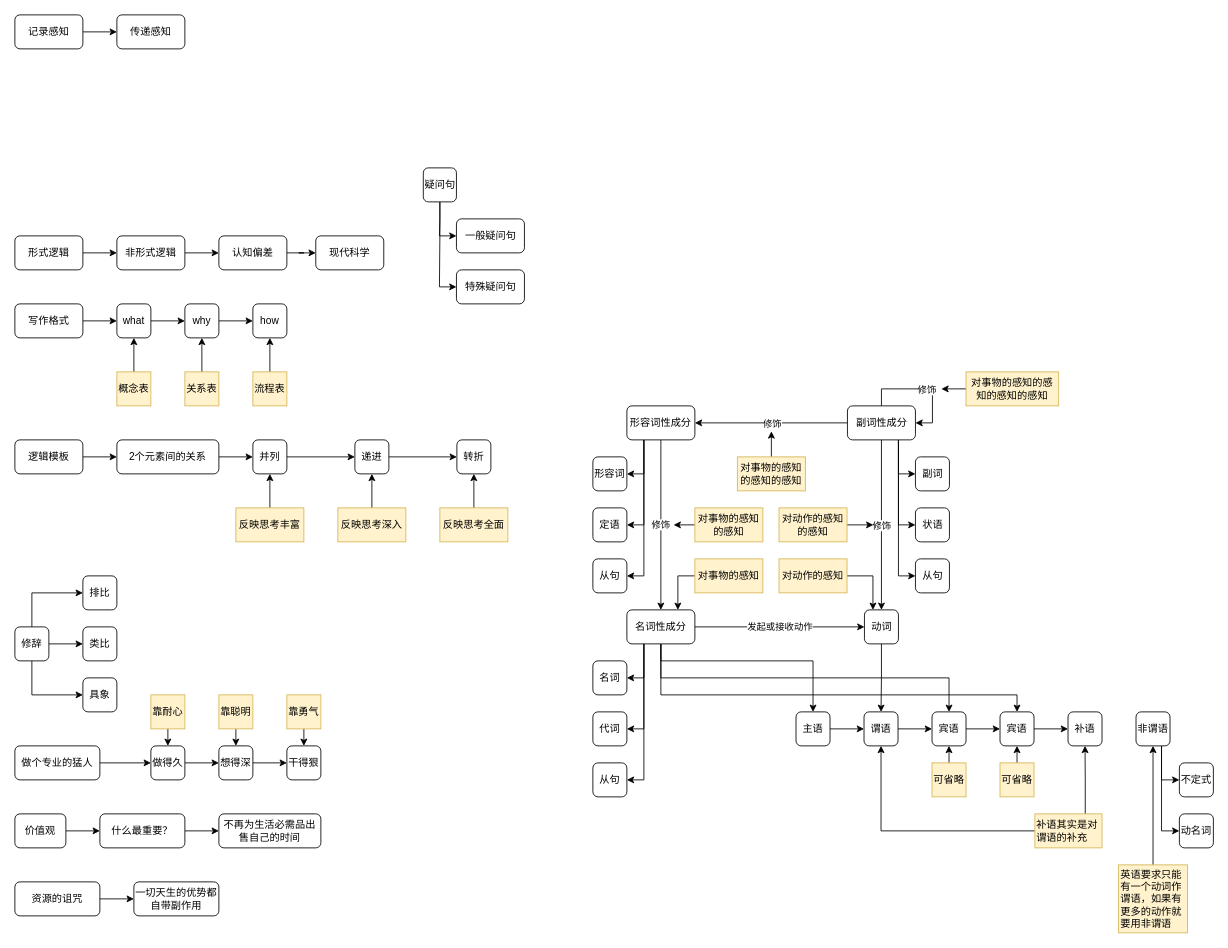
yanhanfrontend/draw.io.workspace keeps this draw.io diagram as 语言文字.drawio. Above is the earlier version. Source tidied: cells renumbered, new cells numbered last; positions are measured from the earlier drawing's top-left corner, leaving out a move shared by most shapes. Both pictures are drawn from the tidied source at 85%, with x=0, y=0 at pixel (14, 14).
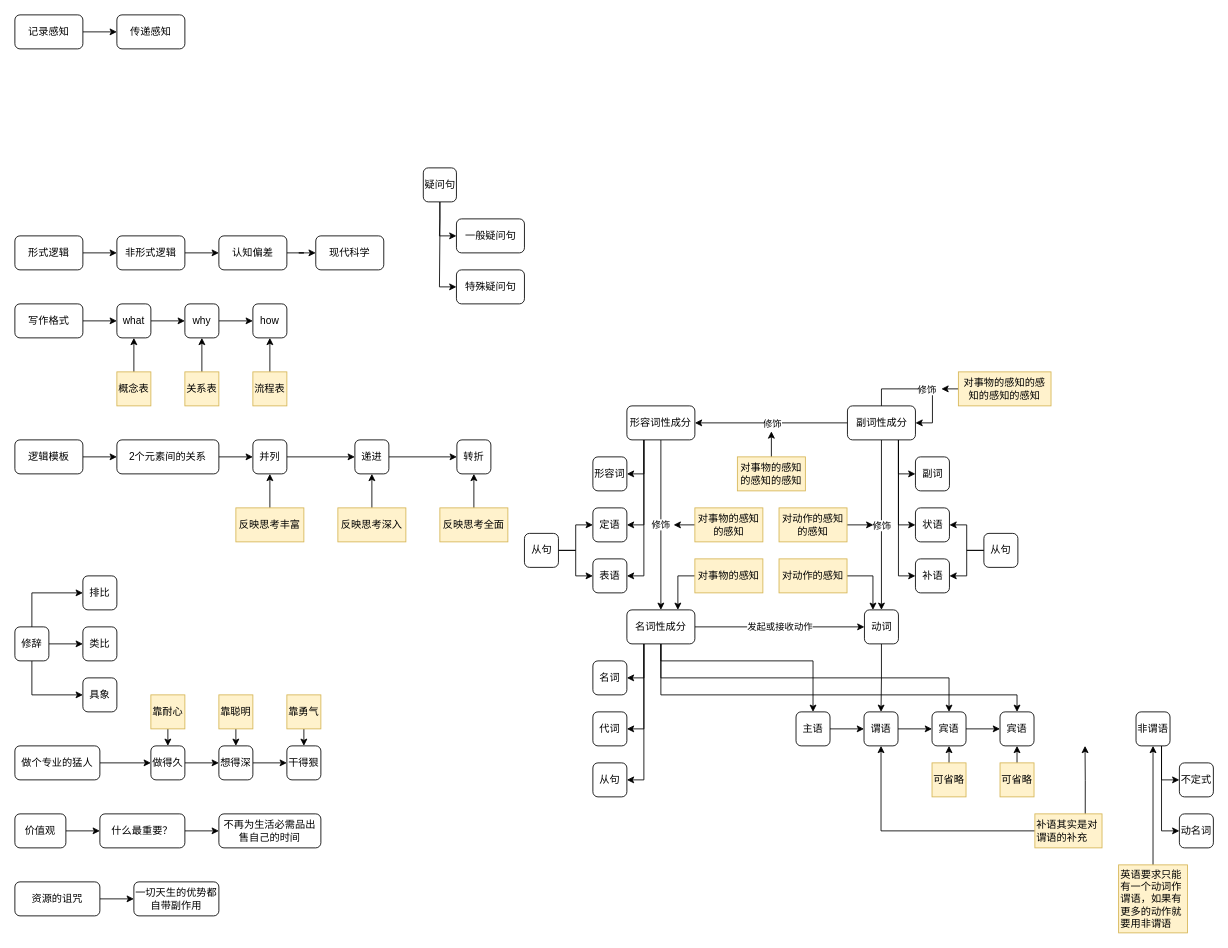
Above is the later version.

Commit message:
更新语言文字.drawio

Unchanged cells that the change refers to:
```xml
<mxCell id="87" value="宾语" style="rounded=1;whiteSpace=wrap;html=1;" parent="1" vertex="1">
  <mxGeometry x="1159" y="820" width="40" height="40" as="geometry" />
</mxCell>
<mxCell id="91" value="补语其实是对谓语的补充" style="text;html=1;align=left;verticalAlign=middle;whiteSpace=wrap;rounded=0;fillColor=#fff2cc;strokeColor=#d6b656;" parent="1" vertex="1">
  <mxGeometry x="1200" y="940" width="79" height="40" as="geometry" />
</mxCell>
<mxCell id="96" value="定语" style="rounded=1;whiteSpace=wrap;html=1;" parent="1" vertex="1">
  <mxGeometry x="680" y="580" width="40" height="40" as="geometry" />
</mxCell>
<mxCell id="97" value="状语" style="rounded=1;whiteSpace=wrap;html=1;" parent="1" vertex="1">
  <mxGeometry x="1059.5" y="580" width="40" height="40" as="geometry" />
</mxCell>
<mxCell id="125" value="形容词性成分" style="rounded=1;whiteSpace=wrap;html=1;" parent="1" vertex="1">
  <mxGeometry x="720" y="460" width="80" height="40" as="geometry" />
</mxCell>
<mxCell id="130" value="副词性成分" style="rounded=1;whiteSpace=wrap;html=1;" parent="1" vertex="1">
  <mxGeometry x="979.5" y="460" width="80" height="40" as="geometry" />
</mxCell>
```

The edit, as a diff of the source:
```diff
@@
     <mxCell id="48" value="对事物的感知的感知的感知的感知" style="text;html=1;align=center;verticalAlign=middle;whiteSpace=wrap;rounded=0;fillColor=#fff2cc;strokeColor=#d6b656;" parent="1" vertex="1">
-      <mxGeometry x="1119" y="420" width="109" height="40" as="geometry" />
+      <mxGeometry x="1110" y="420" width="109" height="40" as="geometry" />
     </mxCell>
@@
-    <mxCell id="86" style="edgeStyle=orthogonalEdgeStyle;rounded=0;jettySize=auto;html=1;" parent="1" edge="1" source="87" target="88">
-      <mxGeometry relative="1" as="geometry" />
-    </mxCell>
@@
-    <mxCell id="88" value="补语" style="rounded=1;whiteSpace=wrap;html=1;" parent="1" vertex="1">
-      <mxGeometry x="1239" y="820" width="40" height="40" as="geometry" />
-    </mxCell>
-    <mxCell id="89" style="edgeStyle=orthogonalEdgeStyle;rounded=0;jettySize=auto;html=1;exitX=0.75;exitY=0;exitDx=0;exitDy=0;entryX=0.5;entryY=1;entryDx=0;entryDy=0;" parent="1" edge="1" source="91" target="88">
-      <mxGeometry relative="1" as="geometry" />
+    <mxCell id="89" style="edgeStyle=orthogonalEdgeStyle;rounded=0;jettySize=auto;html=1;exitX=0.75;exitY=0;exitDx=0;exitDy=0;entryX=0.5;entryY=1;entryDx=0;entryDy=0;" parent="1" edge="1" source="91">
+      <mxGeometry relative="1" as="geometry">
+        <mxPoint x="1259" y="860" as="targetPoint" />
+      </mxGeometry>
     </mxCell>
@@
-    <mxCell id="106" style="edgeStyle=orthogonalEdgeStyle;rounded=0;jettySize=auto;html=1;exitX=0.25;exitY=1;exitDx=0;exitDy=0;entryX=1;entryY=0.5;entryDx=0;entryDy=0;" parent="1" edge="1" source="125" target="114">
-      <mxGeometry relative="1" as="geometry" />
-    </mxCell>
@@
-    <mxCell id="109" style="edgeStyle=orthogonalEdgeStyle;rounded=0;jettySize=auto;html=1;exitX=0.75;exitY=1;exitDx=0;exitDy=0;entryX=0;entryY=0.5;entryDx=0;entryDy=0;" parent="1" edge="1" source="130" target="115">
-      <mxGeometry relative="1" as="geometry" />
-    </mxCell>
@@
+    <mxCell id="142" style="edgeStyle=orthogonalEdgeStyle;rounded=0;jettySize=auto;html=1;exitX=1;exitY=0.5;exitDx=0;exitDy=0;entryX=0;entryY=0.5;entryDx=0;entryDy=0;" parent="1" edge="1" source="114" target="96">
+      <mxGeometry relative="1" as="geometry" />
+    </mxCell>
+    <mxCell id="143" style="edgeStyle=orthogonalEdgeStyle;rounded=0;jettySize=auto;html=1;exitX=1;exitY=0.5;exitDx=0;exitDy=0;entryX=0;entryY=0.5;entryDx=0;entryDy=0;" parent="1" edge="1" source="114" target="146">
+      <mxGeometry relative="1" as="geometry" />
+    </mxCell>
     <mxCell id="114" value="从句" style="rounded=1;whiteSpace=wrap;html=1;" parent="1" vertex="1">
-      <mxGeometry x="680" y="640" width="40" height="40" as="geometry" />
+      <mxGeometry x="599.5" y="610" width="40" height="40" as="geometry" />
     </mxCell>
-    <mxCell id="115" value="从句" style="rounded=1;whiteSpace=wrap;html=1;" parent="1" vertex="1">
-      <mxGeometry x="1059.5" y="640" width="40" height="40" as="geometry" />
-    </mxCell>
@@
+    <mxCell id="144" style="edgeStyle=orthogonalEdgeStyle;rounded=0;jettySize=auto;html=1;exitX=0.25;exitY=1;exitDx=0;exitDy=0;entryX=1;entryY=0.5;entryDx=0;entryDy=0;" parent="1" edge="1" source="125" target="146">
+      <mxGeometry relative="1" as="geometry" />
+    </mxCell>
@@
+    <mxCell id="145" style="edgeStyle=orthogonalEdgeStyle;rounded=0;jettySize=auto;html=1;exitX=0.75;exitY=1;exitDx=0;exitDy=0;entryX=0;entryY=0.5;entryDx=0;entryDy=0;" parent="1" edge="1" source="130" target="88">
+      <mxGeometry relative="1" as="geometry" />
+    </mxCell>
@@
+    <mxCell id="88" value="补语" style="rounded=1;whiteSpace=wrap;html=1;" parent="1" vertex="1">
+      <mxGeometry x="1059.5" y="640" width="40" height="40" as="geometry" />
+    </mxCell>
+    <mxCell id="146" value="表语" style="rounded=1;whiteSpace=wrap;html=1;" parent="1" vertex="1">
+      <mxGeometry x="680" y="640" width="40" height="40" as="geometry" />
+    </mxCell>
+    <mxCell id="147" style="edgeStyle=orthogonalEdgeStyle;rounded=0;jettySize=auto;html=1;exitX=0;exitY=0.5;exitDx=0;exitDy=0;entryX=1;entryY=0.5;entryDx=0;entryDy=0;" parent="1" edge="1" source="115" target="97">
+      <mxGeometry relative="1" as="geometry" />
+    </mxCell>
+    <mxCell id="148" style="edgeStyle=orthogonalEdgeStyle;rounded=0;jettySize=auto;html=1;exitX=0;exitY=0.5;exitDx=0;exitDy=0;entryX=1;entryY=0.5;entryDx=0;entryDy=0;" parent="1" edge="1" source="115" target="88">
+      <mxGeometry relative="1" as="geometry" />
+    </mxCell>
+    <mxCell id="115" value="从句" style="rounded=1;whiteSpace=wrap;html=1;" parent="1" vertex="1">
+      <mxGeometry x="1140" y="610" width="40" height="40" as="geometry" />
+    </mxCell>
```
